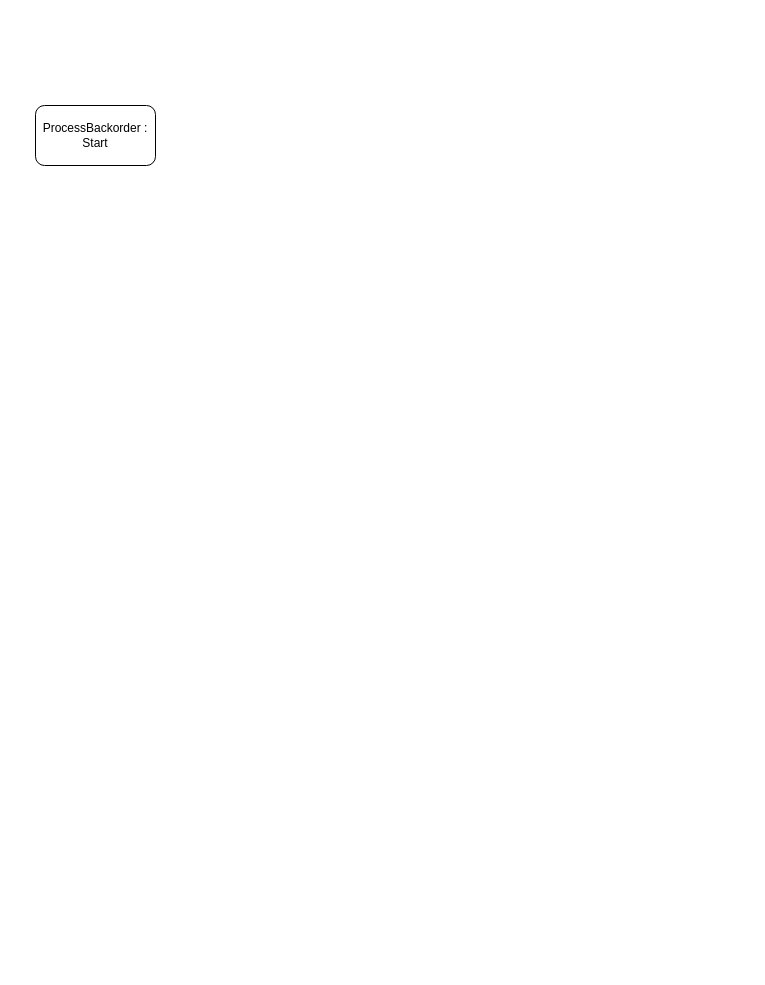
Earlier version of the draw.io diagram page "ProcessBackorder" (4 of 4) of Tickets/Normal Tickets/Ticket 32322 - SCT PO Automation/NewVersionSOHservice.drawio (DevJustinP/WIP). Source tidied: cells renumbered, new cells numbered last; positions are measured from the earlier drawing's top-left corner, leaving out a move shared by most shapes. Both pictures are drawn from the tidied source at 100%, with x=0, y=0 at pixel (35, 105).
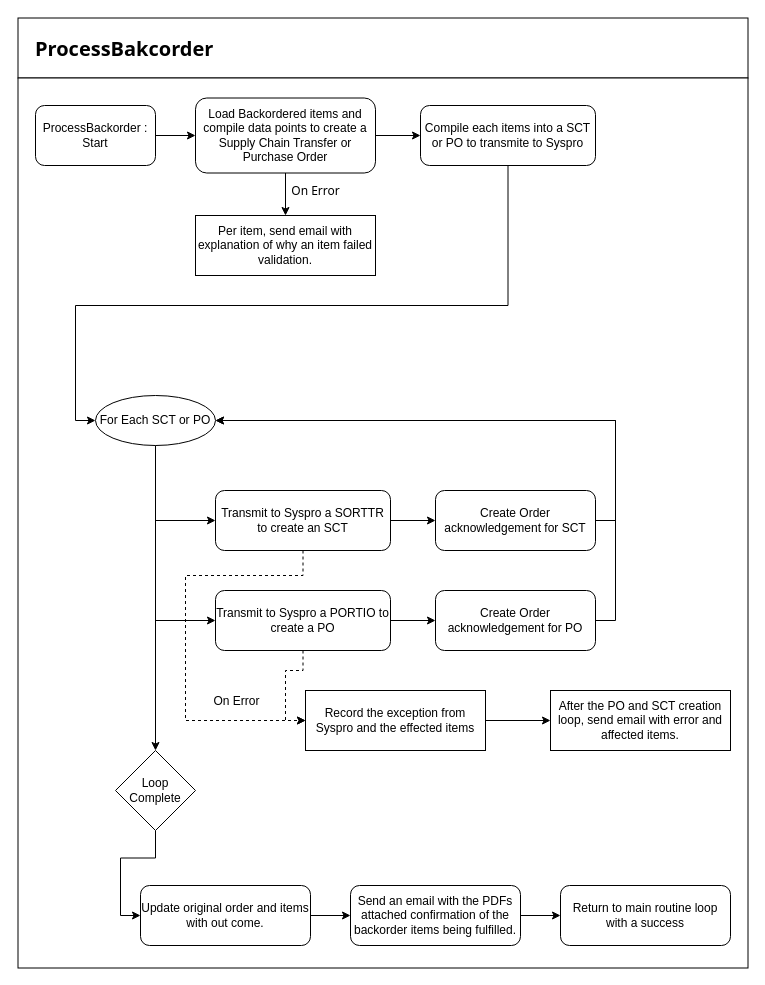
Above is the later version.

The change refers to these unchanged cells:
```xml
<mxCell id="2" value="ProcessBackorder : Start" style="rounded=1;whiteSpace=wrap;html=1;" parent="1" vertex="1">
  <mxGeometry width="120" height="60" as="geometry" />
</mxCell>
```

What changed in the source:
```diff
@@
+    <mxCell id="3" value="ProcessBakcorder" style="rounded=0;whiteSpace=wrap;html=1;fontFamily=Tahoma;fontStyle=1;fontSize=20;align=left;spacingLeft=15;" parent="1" vertex="1">
+      <mxGeometry x="-17.5" y="-87.5" width="730" height="60" as="geometry" />
+    </mxCell>
+    <mxCell id="4" style="rounded=0;whiteSpace=wrap;html=1;fontFamily=Tahoma;fontSize=20;" parent="1" vertex="1">
+      <mxGeometry x="-17.5" y="-27.5" width="730" height="890" as="geometry" />
+    </mxCell>
+    <mxCell id="5" style="edgeStyle=orthogonalEdgeStyle;rounded=0;jettySize=auto;html=1;entryX=0;entryY=0.5;entryDx=0;entryDy=0;fontFamily=Tahoma;fontSize=20;" parent="1" edge="1" source="2" target="8">
+      <mxGeometry relative="1" as="geometry" />
+    </mxCell>
@@
+    <mxCell id="6" style="edgeStyle=orthogonalEdgeStyle;rounded=0;jettySize=auto;html=1;exitX=1;exitY=0.5;exitDx=0;exitDy=0;fontFamily=Tahoma;fontSize=20;entryX=0;entryY=0.5;entryDx=0;entryDy=0;" parent="1" edge="1" source="8" target="16">
+      <mxGeometry relative="1" as="geometry" />
+    </mxCell>
+    <mxCell id="7" value="On Error" style="edgeStyle=orthogonalEdgeStyle;rounded=0;jettySize=auto;html=1;entryX=0.5;entryY=0;entryDx=0;entryDy=0;fontFamily=Tahoma;fontSize=12;" parent="1" edge="1" source="8" target="12">
+      <mxGeometry x="-0.14" y="30" relative="1" as="geometry" />
+    </mxCell>
+    <mxCell id="8" value="Load Backordered items and compile data points to create a Supply Chain Transfer or Purchase Order" style="rounded=1;whiteSpace=wrap;html=1;" parent="1" vertex="1">
+      <mxGeometry x="160" y="-7.5" width="180" height="75" as="geometry" />
+    </mxCell>
+    <mxCell id="9" style="edgeStyle=orthogonalEdgeStyle;rounded=0;jettySize=auto;html=1;exitX=1;exitY=0.5;exitDx=0;exitDy=0;entryX=0;entryY=0.5;entryDx=0;entryDy=0;fontFamily=Tahoma;fontSize=12;" parent="1" edge="1" source="10" target="11">
+      <mxGeometry relative="1" as="geometry" />
+    </mxCell>
+    <mxCell id="10" value="Send an email with the PDFs attached confirmation of the backorder items being fulfilled." style="rounded=1;whiteSpace=wrap;html=1;" parent="1" vertex="1">
+      <mxGeometry x="315" y="780" width="170" height="60" as="geometry" />
+    </mxCell>
+    <mxCell id="11" value="Return to main routine loop with a success" style="rounded=1;whiteSpace=wrap;html=1;" parent="1" vertex="1">
+      <mxGeometry x="525" y="780" width="170" height="60" as="geometry" />
+    </mxCell>
+    <mxCell id="12" value="Per item, send email with explanation of why an item failed validation." style="rounded=0;whiteSpace=wrap;html=1;fontFamily=Helvetica;fontSize=12;" parent="1" vertex="1">
+      <mxGeometry x="160" y="110" width="180" height="60" as="geometry" />
+    </mxCell>
+    <mxCell id="13" style="edgeStyle=orthogonalEdgeStyle;rounded=0;jettySize=auto;html=1;exitX=1;exitY=0.5;exitDx=0;exitDy=0;entryX=0;entryY=0.5;entryDx=0;entryDy=0;fontFamily=Helvetica;fontSize=12;" parent="1" edge="1" source="14" target="33">
+      <mxGeometry relative="1" as="geometry" />
+    </mxCell>
+    <mxCell id="14" value="Record the exception from Syspro and the effected items" style="rounded=0;whiteSpace=wrap;html=1;fontFamily=Helvetica;fontSize=12;" parent="1" vertex="1">
+      <mxGeometry x="270" y="585" width="180" height="60" as="geometry" />
+    </mxCell>
+    <mxCell id="15" style="edgeStyle=orthogonalEdgeStyle;rounded=0;jettySize=auto;html=1;entryX=0;entryY=0.5;entryDx=0;entryDy=0;fontFamily=Helvetica;fontSize=12;" parent="1" edge="1" source="16" target="21">
+      <mxGeometry relative="1" as="geometry">
+        <Array as="points">
+          <mxPoint x="473" y="200" />
+          <mxPoint x="40" y="200" />
+          <mxPoint x="40" y="315" />
+        </Array>
+      </mxGeometry>
+    </mxCell>
+    <mxCell id="16" value="Compile each items into a SCT or PO to transmite to Syspro" style="rounded=1;whiteSpace=wrap;html=1;" parent="1" vertex="1">
+      <mxGeometry x="385" width="175" height="60" as="geometry" />
+    </mxCell>
+    <mxCell id="17" style="edgeStyle=orthogonalEdgeStyle;rounded=0;jettySize=auto;html=1;entryX=0;entryY=0.5;entryDx=0;entryDy=0;fontFamily=Helvetica;fontSize=12;" parent="1" edge="1" source="21" target="25">
+      <mxGeometry relative="1" as="geometry" />
+    </mxCell>
+    <mxCell id="18" style="edgeStyle=orthogonalEdgeStyle;rounded=0;jettySize=auto;html=1;entryX=0;entryY=0.5;entryDx=0;entryDy=0;fontFamily=Helvetica;fontSize=12;" parent="1" edge="1" source="21" target="28">
+      <mxGeometry relative="1" as="geometry" />
+    </mxCell>
+    <mxCell id="19" style="edgeStyle=orthogonalEdgeStyle;rounded=0;jettySize=auto;html=1;entryX=0;entryY=0.5;entryDx=0;entryDy=0;fontFamily=Helvetica;fontSize=12;exitX=0.5;exitY=1;exitDx=0;exitDy=0;" parent="1" edge="1" source="36" target="35">
+      <mxGeometry relative="1" as="geometry" />
+    </mxCell>
+    <mxCell id="20" style="edgeStyle=orthogonalEdgeStyle;rounded=0;jettySize=auto;html=1;entryX=0.5;entryY=0;entryDx=0;entryDy=0;fontFamily=Helvetica;fontSize=12;" parent="1" edge="1" source="21" target="36">
+      <mxGeometry relative="1" as="geometry" />
+    </mxCell>
+    <mxCell id="21" value="For Each SCT or PO" style="ellipse;whiteSpace=wrap;html=1;fontFamily=Helvetica;fontSize=12;" parent="1" vertex="1">
+      <mxGeometry x="60" y="290" width="120" height="50" as="geometry" />
+    </mxCell>
+    <mxCell id="22" style="edgeStyle=orthogonalEdgeStyle;rounded=0;jettySize=auto;html=1;entryX=0;entryY=0.5;entryDx=0;entryDy=0;fontFamily=Helvetica;fontSize=12;" parent="1" edge="1" source="25" target="30">
+      <mxGeometry relative="1" as="geometry" />
+    </mxCell>
+    <mxCell id="23" style="edgeStyle=orthogonalEdgeStyle;rounded=0;jettySize=auto;html=1;exitX=0.5;exitY=1;exitDx=0;exitDy=0;entryX=0;entryY=0.5;entryDx=0;entryDy=0;fontFamily=Helvetica;fontSize=12;dashed=1;" parent="1" edge="1" source="25" target="14">
+      <mxGeometry relative="1" as="geometry">
+        <Array as="points">
+          <mxPoint x="268" y="470" />
+          <mxPoint x="150" y="470" />
+          <mxPoint x="150" y="615" />
+        </Array>
+      </mxGeometry>
+    </mxCell>
+    <mxCell id="24" value="On Error" style="edgeLabel;html=1;align=center;verticalAlign=middle;fontSize=12;fontFamily=Helvetica;" parent="23" vertex="1">
+      <mxGeometry x="0.66" y="1" relative="1" as="geometry">
+        <mxPoint y="-19" as="offset" />
+      </mxGeometry>
+    </mxCell>
+    <mxCell id="25" value="Transmit to Syspro a SORTTR to create an SCT" style="rounded=1;whiteSpace=wrap;html=1;" parent="1" vertex="1">
+      <mxGeometry x="180" y="385" width="175" height="60" as="geometry" />
+    </mxCell>
+    <mxCell id="26" style="edgeStyle=orthogonalEdgeStyle;rounded=0;jettySize=auto;html=1;entryX=0;entryY=0.5;entryDx=0;entryDy=0;fontFamily=Helvetica;fontSize=12;" parent="1" edge="1" source="28" target="32">
+      <mxGeometry relative="1" as="geometry" />
+    </mxCell>
+    <mxCell id="27" style="edgeStyle=orthogonalEdgeStyle;rounded=0;jettySize=auto;html=1;exitX=0.5;exitY=1;exitDx=0;exitDy=0;entryX=0;entryY=0.5;entryDx=0;entryDy=0;dashed=1;fontFamily=Helvetica;fontSize=12;" parent="1" edge="1" source="28" target="14">
+      <mxGeometry relative="1" as="geometry" />
+    </mxCell>
+    <mxCell id="28" value="Transmit to Syspro a PORTIO to create a PO" style="rounded=1;whiteSpace=wrap;html=1;" parent="1" vertex="1">
+      <mxGeometry x="180" y="485" width="175" height="60" as="geometry" />
+    </mxCell>
+    <mxCell id="29" style="edgeStyle=orthogonalEdgeStyle;rounded=0;jettySize=auto;html=1;exitX=1;exitY=0.5;exitDx=0;exitDy=0;fontFamily=Helvetica;fontSize=12;entryX=1;entryY=0.5;entryDx=0;entryDy=0;" parent="1" edge="1" source="30" target="21">
+      <mxGeometry relative="1" as="geometry" />
+    </mxCell>
+    <mxCell id="30" value="Create Order acknowledgement for SCT" style="rounded=1;whiteSpace=wrap;html=1;" parent="1" vertex="1">
+      <mxGeometry x="400" y="385" width="160" height="60" as="geometry" />
+    </mxCell>
+    <mxCell id="31" style="edgeStyle=orthogonalEdgeStyle;rounded=0;jettySize=auto;html=1;exitX=1;exitY=0.5;exitDx=0;exitDy=0;entryX=1;entryY=0.5;entryDx=0;entryDy=0;fontFamily=Helvetica;fontSize=12;" parent="1" edge="1" source="32" target="21">
+      <mxGeometry relative="1" as="geometry" />
+    </mxCell>
+    <mxCell id="32" value="Create Order acknowledgement for PO" style="rounded=1;whiteSpace=wrap;html=1;" parent="1" vertex="1">
+      <mxGeometry x="400" y="485" width="160" height="60" as="geometry" />
+    </mxCell>
+    <mxCell id="33" value="After the PO and SCT creation loop, send email with error and affected items." style="rounded=0;whiteSpace=wrap;html=1;fontFamily=Helvetica;fontSize=12;" parent="1" vertex="1">
+      <mxGeometry x="515" y="585" width="180" height="60" as="geometry" />
+    </mxCell>
+    <mxCell id="34" style="edgeStyle=orthogonalEdgeStyle;rounded=0;jettySize=auto;html=1;entryX=0;entryY=0.5;entryDx=0;entryDy=0;fontFamily=Helvetica;fontSize=12;" parent="1" edge="1" source="35" target="10">
+      <mxGeometry relative="1" as="geometry" />
+    </mxCell>
+    <mxCell id="35" value="Update original order and items with out come." style="rounded=1;whiteSpace=wrap;html=1;" parent="1" vertex="1">
+      <mxGeometry x="105" y="780" width="170" height="60" as="geometry" />
+    </mxCell>
+    <mxCell id="36" value="Loop Complete" style="rhombus;whiteSpace=wrap;html=1;fontFamily=Helvetica;fontSize=12;" parent="1" vertex="1">
+      <mxGeometry x="80" y="645" width="80" height="80" as="geometry" />
+    </mxCell>
```
